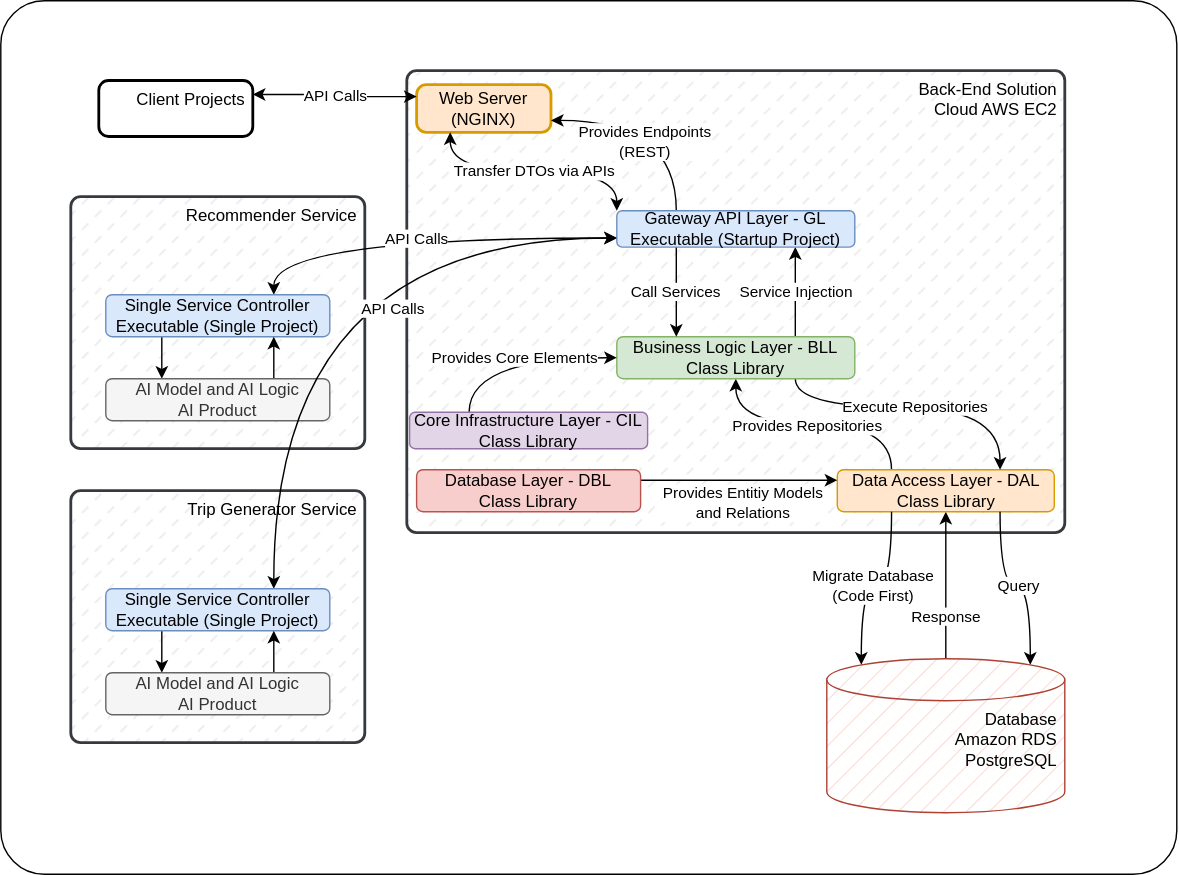
The draw.io diagram software_architecture.svg in KahlerYasla/wayou-lt, before a commit. Source tidied: cells renumbered, new cells last; positions are measured from the earlier drawing's top-left corner, leaving out a move shared by most shapes.
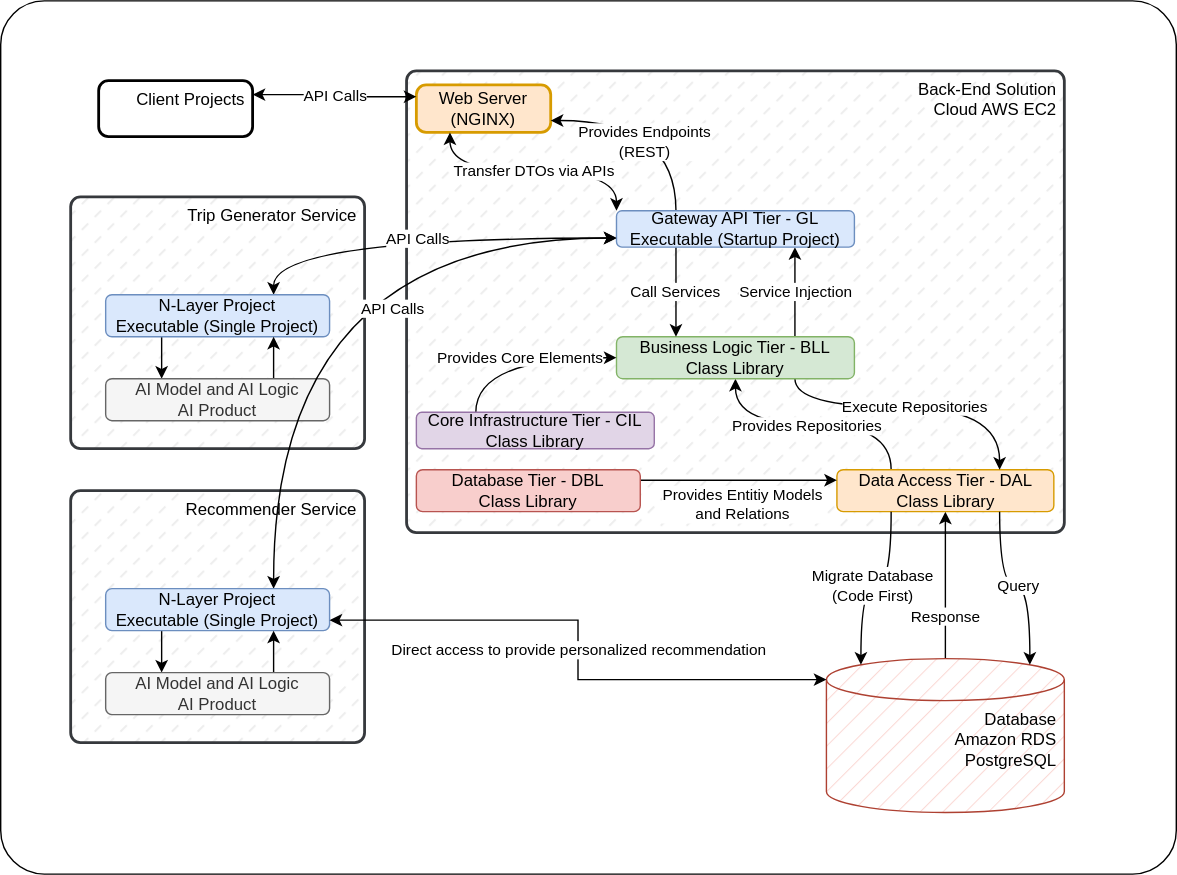
Above is the later version.

Change to the diagram source:
```diff
@@ -20,7 +20,7 @@
     <mxCell id="7" value="Database&amp;nbsp;&lt;br style=&quot;border-color: var(--border-color); padding: 0px; margin: 0px;&quot;&gt;Amazon RDS&amp;nbsp;&lt;br&gt;&lt;div style=&quot;&quot;&gt;&lt;span style=&quot;background-color: initial;&quot;&gt;PostgreSQL&amp;nbsp;&lt;/span&gt;&lt;/div&gt;" style="shape=cylinder3;whiteSpace=wrap;html=1;boundedLbl=1;backgroundOutline=1;size=15;align=right;verticalAlign=top;fillColor=#fad9d5;strokeColor=#ae4132;fillStyle=hatch;" parent="1" vertex="1">
       <mxGeometry x="590" y="470" width="170" height="110" as="geometry" />
     </mxCell>
-    <mxCell id="8" value="Recommender Service " style="rounded=1;absoluteArcSize=1;arcSize=14;whiteSpace=wrap;strokeWidth=2;align=right;verticalAlign=top;fillStyle=dashed;fillColor=#eeeeee;strokeColor=#36393d;" parent="1" vertex="1">
+    <mxCell id="8" value="Trip Generator Service " style="rounded=1;absoluteArcSize=1;arcSize=14;whiteSpace=wrap;strokeWidth=2;align=right;verticalAlign=top;fillStyle=dashed;fillColor=#eeeeee;strokeColor=#36393d;" parent="1" vertex="1">
       <mxGeometry x="50" y="140" width="210" height="180" as="geometry" />
     </mxCell>
     <mxCell id="9" style="edgeStyle=orthogonalEdgeStyle;rounded=0;jettySize=auto;html=1;exitX=0.25;exitY=0;exitDx=0;exitDy=0;entryX=0.5;entryY=1;entryDx=0;entryDy=0;curved=1;" parent="1" edge="1" source="11" target="14">
@@ -29,7 +29,7 @@
     <mxCell id="10" value="Provides Repositories" style="edgeLabel;html=1;align=center;verticalAlign=middle;" parent="9" vertex="1">
       <mxGeometry x="0.06" y="1" relative="1" as="geometry" />
     </mxCell>
-    <mxCell id="11" value="Data Access Layer - DAL&lt;br&gt;Class Library" style="rounded=1;whiteSpace=wrap;html=1;fillColor=#ffe6cc;strokeColor=#d79b00;" parent="1" vertex="1">
+    <mxCell id="11" value="Data Access Tier - DAL&lt;br&gt;Class Library" style="rounded=1;whiteSpace=wrap;html=1;fillColor=#ffe6cc;strokeColor=#d79b00;" parent="1" vertex="1">
       <mxGeometry x="597.5" y="335" width="155" height="30" as="geometry" />
     </mxCell>
     <mxCell id="12" value="Execute Repositories" style="edgeStyle=orthogonalEdgeStyle;rounded=0;jettySize=auto;html=1;exitX=0.75;exitY=1;exitDx=0;exitDy=0;entryX=0.75;entryY=0;entryDx=0;entryDy=0;curved=1;" parent="1" edge="1" source="14" target="11">
@@ -43,7 +43,7 @@
     <mxCell id="13" value="Service Injection" style="edgeStyle=orthogonalEdgeStyle;rounded=0;jettySize=auto;html=1;exitX=0.75;exitY=0;exitDx=0;exitDy=0;entryX=0.75;entryY=1;entryDx=0;entryDy=0;" parent="1" edge="1" source="14" target="21">
       <mxGeometry relative="1" as="geometry" />
     </mxCell>
-    <mxCell id="14" value="Business Logic Layer - BLL&lt;br&gt;Class Library" style="rounded=1;whiteSpace=wrap;html=1;fillColor=#d5e8d4;strokeColor=#82b366;" parent="1" vertex="1">
+    <mxCell id="14" value="Business Logic Tier - BLL&lt;br&gt;Class Library" style="rounded=1;whiteSpace=wrap;html=1;fillColor=#d5e8d4;strokeColor=#82b366;" parent="1" vertex="1">
       <mxGeometry x="440" y="240" width="170" height="30" as="geometry" />
     </mxCell>
     <mxCell id="15" value="Provides Entitiy Models&lt;br&gt;and Relations" style="edgeStyle=orthogonalEdgeStyle;rounded=0;jettySize=auto;html=1;exitX=1;exitY=0.25;exitDx=0;exitDy=0;entryX=0;entryY=0.25;entryDx=0;entryDy=0;" parent="1" edge="1" source="16" target="11">
@@ -51,7 +51,7 @@
         <mxPoint y="-1" as="offset" />
       </mxGeometry>
     </mxCell>
-    <mxCell id="16" value="Database Layer - DBL&lt;br&gt;Class Library" style="rounded=1;whiteSpace=wrap;html=1;fillColor=#f8cecc;strokeColor=#b85450;glass=0;shadow=0;" parent="1" vertex="1">
+    <mxCell id="16" value="Database Tier - DBL&lt;br&gt;Class Library" style="rounded=1;whiteSpace=wrap;html=1;fillColor=#f8cecc;strokeColor=#b85450;glass=0;shadow=0;" parent="1" vertex="1">
       <mxGeometry x="297" y="335" width="160" height="30" as="geometry" />
     </mxCell>
     <mxCell id="17" value="Provides Endpoints&lt;br&gt;(REST)" style="edgeStyle=orthogonalEdgeStyle;rounded=0;jettySize=auto;html=1;exitX=0.25;exitY=0;exitDx=0;exitDy=0;entryX=1;entryY=0.75;entryDx=0;entryDy=0;curved=1;" parent="1" edge="1" source="21" target="5">
@@ -70,7 +70,7 @@
         </Array>
       </mxGeometry>
     </mxCell>
-    <mxCell id="21" value="Gateway API Layer - GL&lt;br&gt;Executable (Startup Project)" style="rounded=1;whiteSpace=wrap;html=1;fillColor=#dae8fc;strokeColor=#6c8ebf;" parent="1" vertex="1">
+    <mxCell id="21" value="Gateway API Tier - GL&lt;br&gt;Executable (Startup Project)" style="rounded=1;whiteSpace=wrap;html=1;fillColor=#dae8fc;strokeColor=#6c8ebf;" parent="1" vertex="1">
       <mxGeometry x="440" y="150" width="170" height="26" as="geometry" />
     </mxCell>
     <mxCell id="22" value="Migrate Database&lt;br&gt;(Code First)" style="edgeStyle=orthogonalEdgeStyle;rounded=0;jettySize=auto;html=1;exitX=0.25;exitY=1;exitDx=0;exitDy=0;entryX=0.145;entryY=0;entryDx=0;entryDy=4.35;entryPerimeter=0;curved=1;" parent="1" edge="1" source="11" target="7">
@@ -85,7 +85,7 @@
     <mxCell id="25" style="edgeStyle=orthogonalEdgeStyle;rounded=0;jettySize=auto;html=1;exitX=0.25;exitY=1;exitDx=0;exitDy=0;entryX=0.25;entryY=0;entryDx=0;entryDy=0;" parent="1" edge="1" source="26" target="28">
       <mxGeometry relative="1" as="geometry" />
     </mxCell>
-    <mxCell id="26" value="Single Service Controller&lt;br&gt;Executable (Single Project)" style="rounded=1;whiteSpace=wrap;html=1;fillColor=#dae8fc;strokeColor=#6c8ebf;glass=0;shadow=0;" parent="1" vertex="1">
+    <mxCell id="26" value="N-Layer Project&lt;br&gt;Executable (Single Project)" style="rounded=1;whiteSpace=wrap;html=1;fillColor=#dae8fc;strokeColor=#6c8ebf;glass=0;shadow=0;" parent="1" vertex="1">
       <mxGeometry x="75" y="210" width="160" height="30" as="geometry" />
     </mxCell>
     <mxCell id="27" style="edgeStyle=orthogonalEdgeStyle;rounded=0;jettySize=auto;html=1;exitX=0.75;exitY=0;exitDx=0;exitDy=0;entryX=0.75;entryY=1;entryDx=0;entryDy=0;" parent="1" edge="1" source="28" target="26">
@@ -97,10 +97,10 @@
     <mxCell id="29" value="Provides Core Elements" style="edgeStyle=orthogonalEdgeStyle;rounded=0;jettySize=auto;html=1;exitX=0.25;exitY=0;exitDx=0;exitDy=0;curved=1;entryX=0;entryY=0.5;entryDx=0;entryDy=0;" parent="1" edge="1" source="30" target="14">
       <mxGeometry relative="1" as="geometry" />
     </mxCell>
-    <mxCell id="30" value="Core Infrastructure Layer - CIL&lt;br&gt;Class Library" style="rounded=1;whiteSpace=wrap;html=1;fillColor=#e1d5e7;strokeColor=#9673a6;" parent="1" vertex="1">
-      <mxGeometry x="292" y="294" width="170" height="26" as="geometry" />
+    <mxCell id="30" value="Core Infrastructure Tier - CIL&lt;br&gt;Class Library" style="rounded=1;whiteSpace=wrap;html=1;fillColor=#e1d5e7;strokeColor=#9673a6;" parent="1" vertex="1">
+      <mxGeometry x="297" y="294" width="170" height="26" as="geometry" />
     </mxCell>
-    <mxCell id="31" value="Trip Generator Service " style="rounded=1;absoluteArcSize=1;arcSize=14;whiteSpace=wrap;strokeWidth=2;align=right;verticalAlign=top;fillStyle=dashed;fillColor=#eeeeee;strokeColor=#36393d;" parent="1" vertex="1">
+    <mxCell id="31" value="Recommender Service " style="rounded=1;absoluteArcSize=1;arcSize=14;whiteSpace=wrap;strokeWidth=2;align=right;verticalAlign=top;fillStyle=dashed;fillColor=#eeeeee;strokeColor=#36393d;" parent="1" vertex="1">
       <mxGeometry x="50" y="350" width="210" height="180" as="geometry" />
     </mxCell>
     <mxCell id="32" style="edgeStyle=orthogonalEdgeStyle;rounded=0;jettySize=auto;html=1;exitX=0.25;exitY=1;exitDx=0;exitDy=0;entryX=0.25;entryY=0;entryDx=0;entryDy=0;" parent="1" edge="1" source="34" target="36">
@@ -109,7 +109,7 @@
     <mxCell id="33" value="API Calls" style="edgeStyle=orthogonalEdgeStyle;rounded=0;jettySize=auto;html=1;exitX=0.75;exitY=0;exitDx=0;exitDy=0;entryX=0;entryY=0.75;entryDx=0;entryDy=0;startArrow=classic;startFill=1;curved=1;" parent="1" edge="1" source="34" target="21">
       <mxGeometry x="0.35" y="-50" relative="1" as="geometry" />
     </mxCell>
-    <mxCell id="34" value="Single Service Controller&lt;br&gt;Executable (Single Project)" style="rounded=1;whiteSpace=wrap;html=1;fillColor=#dae8fc;strokeColor=#6c8ebf;glass=0;shadow=0;" parent="1" vertex="1">
+    <mxCell id="34" value="N-Layer Project&lt;br&gt;Executable (Single Project)" style="rounded=1;whiteSpace=wrap;html=1;fillColor=#dae8fc;strokeColor=#6c8ebf;glass=0;shadow=0;" parent="1" vertex="1">
       <mxGeometry x="75" y="420" width="160" height="30" as="geometry" />
     </mxCell>
     <mxCell id="35" style="edgeStyle=orthogonalEdgeStyle;rounded=0;jettySize=auto;html=1;exitX=0.75;exitY=0;exitDx=0;exitDy=0;entryX=0.75;entryY=1;entryDx=0;entryDy=0;" parent="1" edge="1" source="36" target="34">
@@ -118,5 +118,8 @@
     <mxCell id="36" value="AI Model and AI Logic&lt;br&gt;AI Product" style="rounded=1;whiteSpace=wrap;html=1;fillColor=#f5f5f5;strokeColor=#666666;glass=0;shadow=0;fontColor=#333333;" parent="1" vertex="1">
       <mxGeometry x="75" y="480" width="160" height="30" as="geometry" />
     </mxCell>
+    <mxCell id="37" value="Direct access to provide personalized recommendation" style="edgeStyle=orthogonalEdgeStyle;rounded=0;jettySize=auto;html=1;exitX=1;exitY=0.75;exitDx=0;exitDy=0;entryX=0;entryY=0;entryDx=0;entryDy=15;entryPerimeter=0;startArrow=classic;startFill=1;" parent="1" edge="1" source="34" target="7">
+      <mxGeometry relative="1" as="geometry" />
+    </mxCell>
   </root>
 </mxGraphModel>
```
